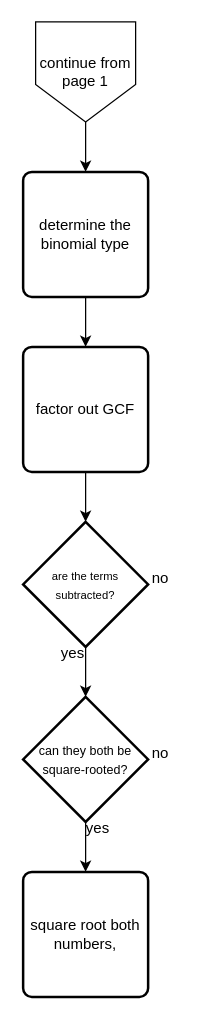
Before: page "Page-2" (2 of 2) of important stuff/factoring parser logic.drawio in destroyer183/calculator-stuff, a draw.io diagram. Source tidied: cells renumbered, new cells numbered last; positions are measured from the earlier drawing's top-left corner, leaving out a move shared by most shapes. Both pictures are drawn from the tidied source at 125%, with x=0, y=0 at pixel (22, 21).
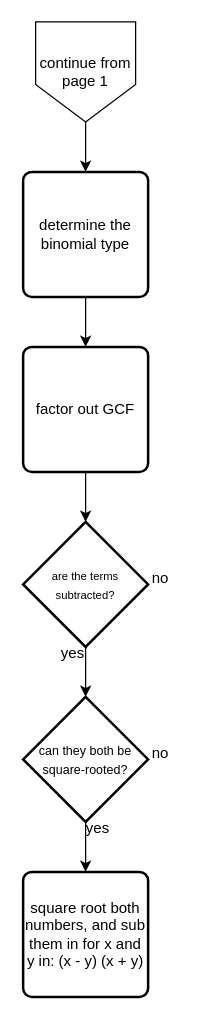
Above is the later version.

The edit, as a diff of the source:
```diff
@@
 <mxGraphModel>
   <root>
     <mxCell id="0" />
     <mxCell id="1" parent="0" />
     <mxCell id="2" style="edgeStyle=orthogonalEdgeStyle;rounded=0;jettySize=auto;html=1;entryX=0.5;entryY=0;entryDx=0;entryDy=0;" parent="1" edge="1" source="3" target="5">
       <mxGeometry relative="1" as="geometry" />
     </mxCell>
     <mxCell id="3" value="continue from page 1" style="shape=offPageConnector;whiteSpace=wrap;html=1;" parent="1" vertex="1">
       <mxGeometry x="10" width="80" height="80" as="geometry" />
     </mxCell>
     <mxCell id="4" style="edgeStyle=orthogonalEdgeStyle;rounded=0;jettySize=auto;html=1;entryX=0.5;entryY=0;entryDx=0;entryDy=0;" parent="1" edge="1" source="5" target="12">
       <mxGeometry relative="1" as="geometry" />
     </mxCell>
     <mxCell id="5" value="determine the binomial type" style="rounded=1;whiteSpace=wrap;html=1;absoluteArcSize=1;arcSize=14;strokeWidth=2;" parent="1" vertex="1">
       <mxGeometry y="120" width="100" height="100" as="geometry" />
     </mxCell>
     <mxCell id="6" style="edgeStyle=orthogonalEdgeStyle;rounded=0;jettySize=auto;html=1;entryX=0.5;entryY=0;entryDx=0;entryDy=0;entryPerimeter=0;" parent="1" edge="1" source="7" target="9">
       <mxGeometry relative="1" as="geometry" />
     </mxCell>
     <mxCell id="7" value="&lt;font style=&quot;font-size: 9px;&quot;&gt;are the terms subtracted?&lt;/font&gt;" style="strokeWidth=2;html=1;shape=mxgraph.flowchart.decision;whiteSpace=wrap;" parent="1" vertex="1">
       <mxGeometry y="400" width="100" height="100" as="geometry" />
     </mxCell>
     <mxCell id="8" style="edgeStyle=orthogonalEdgeStyle;rounded=0;jettySize=auto;html=1;entryX=0.5;entryY=0;entryDx=0;entryDy=0;" parent="1" edge="1" source="9" target="15">
       <mxGeometry relative="1" as="geometry" />
     </mxCell>
     <mxCell id="9" value="&lt;font style=&quot;font-size: 10px;&quot;&gt;can they both be square-rooted?&lt;/font&gt;" style="strokeWidth=2;html=1;shape=mxgraph.flowchart.decision;whiteSpace=wrap;" parent="1" vertex="1">
       <mxGeometry y="540" width="100" height="100" as="geometry" />
     </mxCell>
     <mxCell id="10" value="yes" style="text;html=1;strokeColor=none;fillColor=none;align=center;verticalAlign=middle;whiteSpace=wrap;rounded=0;" parent="1" vertex="1">
       <mxGeometry x="10" y="490" width="60" height="30" as="geometry" />
     </mxCell>
     <mxCell id="11" style="edgeStyle=orthogonalEdgeStyle;rounded=0;jettySize=auto;html=1;entryX=0.5;entryY=0;entryDx=0;entryDy=0;entryPerimeter=0;" parent="1" edge="1" source="12" target="7">
       <mxGeometry relative="1" as="geometry" />
     </mxCell>
     <mxCell id="12" value="factor out GCF" style="rounded=1;whiteSpace=wrap;html=1;absoluteArcSize=1;arcSize=14;strokeWidth=2;" parent="1" vertex="1">
       <mxGeometry y="260" width="100" height="100" as="geometry" />
     </mxCell>
     <mxCell id="13" value="no" style="text;html=1;strokeColor=none;fillColor=none;align=center;verticalAlign=middle;whiteSpace=wrap;rounded=0;" parent="1" vertex="1">
       <mxGeometry x="80" y="430" width="60" height="30" as="geometry" />
     </mxCell>
     <mxCell id="14" value="no" style="text;html=1;strokeColor=none;fillColor=none;align=center;verticalAlign=middle;whiteSpace=wrap;rounded=0;" parent="1" vertex="1">
       <mxGeometry x="80" y="570" width="60" height="30" as="geometry" />
     </mxCell>
-    <mxCell id="15" value="square root both numbers," style="rounded=1;whiteSpace=wrap;html=1;absoluteArcSize=1;arcSize=14;strokeWidth=2;" parent="1" vertex="1">
+    <mxCell id="15" value="square root both numbers, and sub them in for x and y in: (x - y) (x + y)" style="rounded=1;whiteSpace=wrap;html=1;absoluteArcSize=1;arcSize=14;strokeWidth=2;" parent="1" vertex="1">
       <mxGeometry y="680" width="100" height="100" as="geometry" />
     </mxCell>
     <mxCell id="16" value="yes" style="text;html=1;strokeColor=none;fillColor=none;align=center;verticalAlign=middle;whiteSpace=wrap;rounded=0;" parent="1" vertex="1">
       <mxGeometry x="30" y="630" width="60" height="30" as="geometry" />
     </mxCell>
   </root>
 </mxGraphModel>
```
